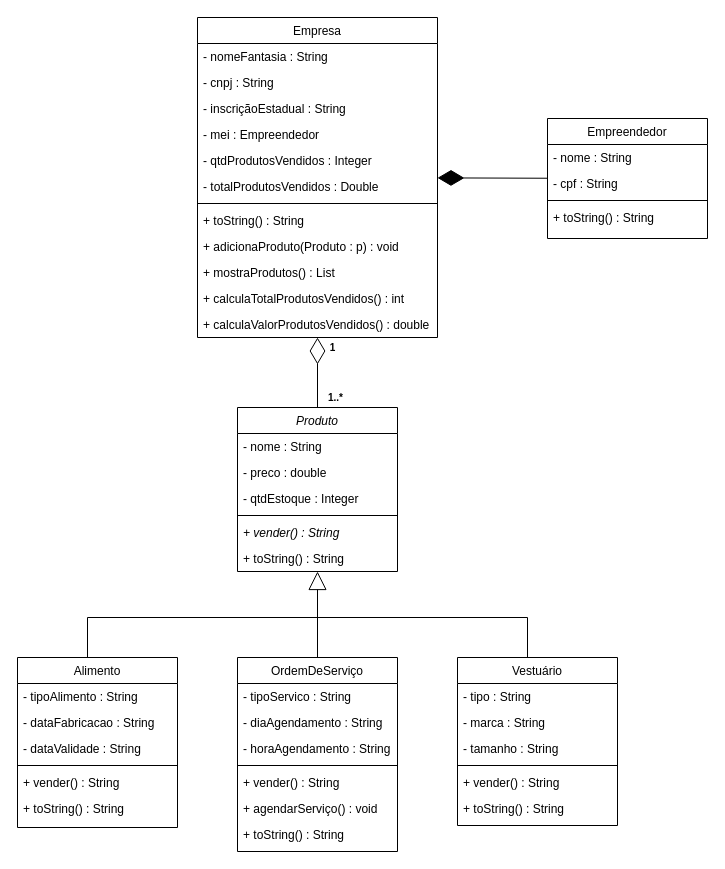
Above: Diagramas/UML/UML_Sollute.drawio in ogabrielalves/Sollute (draw.io), before the change. Source tidied: cells renumbered, new cells numbered last; positions are measured from the earlier drawing's top-left corner, leaving out a move shared by most shapes. Both pictures are drawn from the tidied source at 100%, with x=0, y=0 at pixel (17, 17).
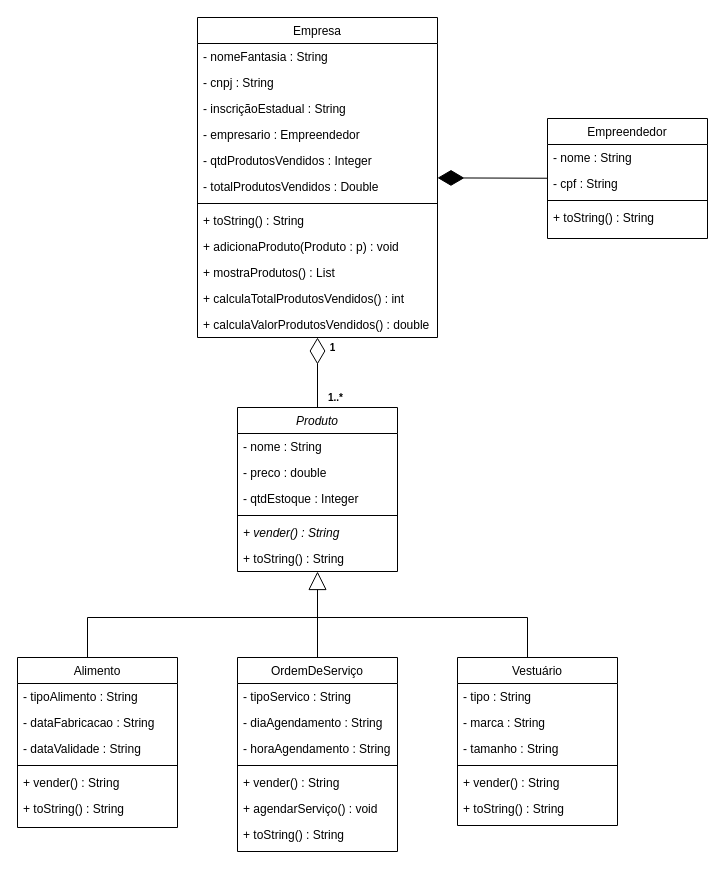
Above is the later version.

Unchanged cells that the change refers to:
```xml
<mxCell id="31" value="Empresa" style="swimlane;fontStyle=0;align=center;verticalAlign=top;horizontal=1;startSize=26;rounded=0;shadow=0;strokeWidth=1;" parent="1" vertex="1">
  <mxGeometry x="180" width="240" height="320" as="geometry" />
</mxCell>
```

Change to the diagram source:
```diff
@@
-    <mxCell id="35" value="- mei : Empreendedor" style="text;align=left;verticalAlign=top;spacingLeft=4;spacingRight=4;overflow=hidden;rounded=0;shadow=0;html=0;" parent="31" vertex="1">
+    <mxCell id="35" value="- empresario : Empreendedor" style="text;align=left;verticalAlign=top;spacingLeft=4;spacingRight=4;overflow=hidden;rounded=0;shadow=0;html=0;" parent="31" vertex="1">
       <mxGeometry y="104" width="240" height="26" as="geometry" />
     </mxCell>
```
